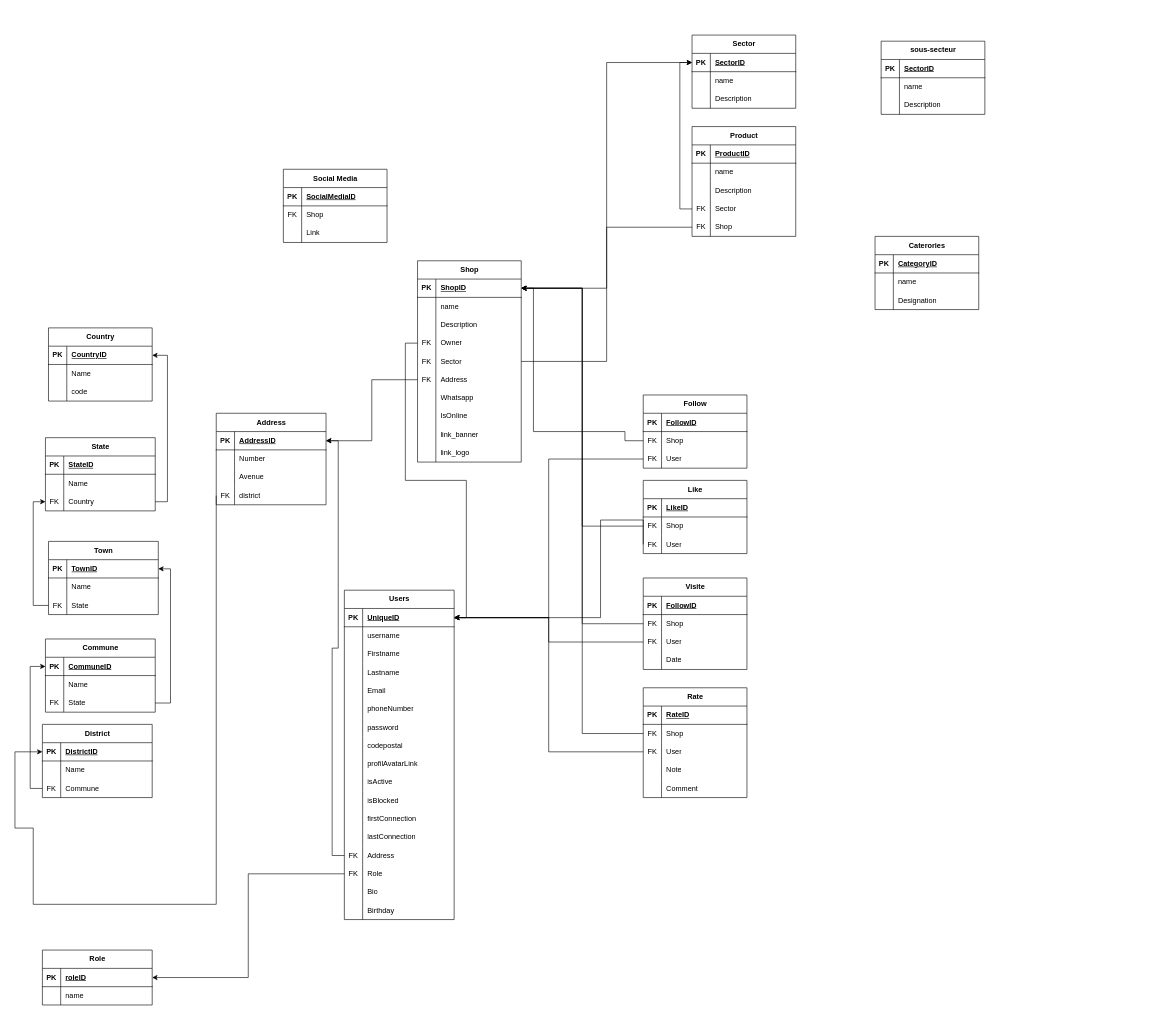
Before: Tekango.drawio in internalTekango/3.0.tekango.template, a draw.io diagram. Source tidied: cells renumbered, new cells numbered last; positions are measured from the earlier drawing's top-left corner, leaving out a move shared by most shapes. Both pictures are drawn from the tidied source at 61%, with x=0, y=0 at pixel (15, 35).
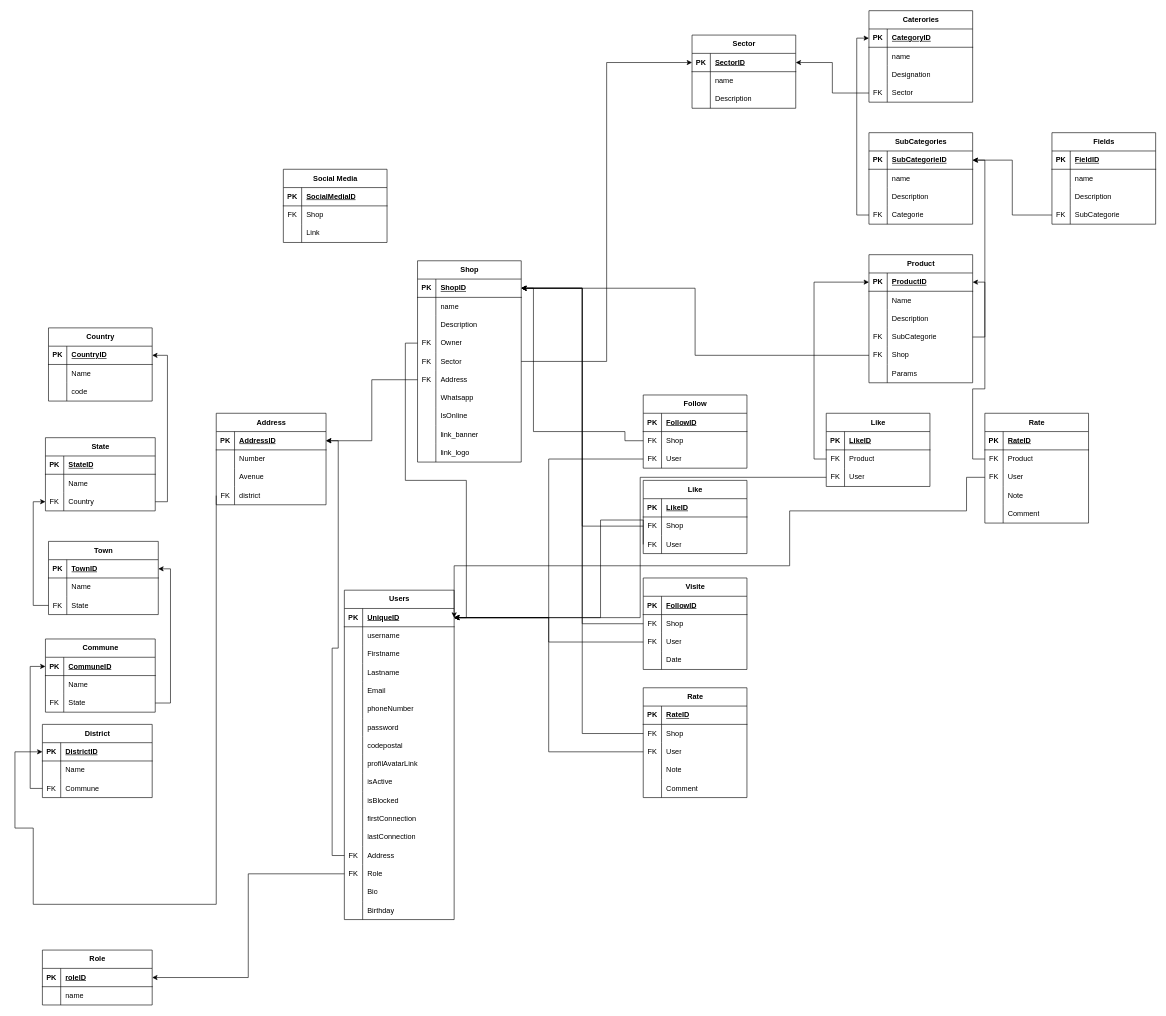
After the change.

Commit message:
Mettre à jour Tekango.drawio

The change refers to these unchanged cells:
```xml
<mxCell id="3" style="shape=tableRow;horizontal=0;startSize=0;swimlaneHead=0;swimlaneBody=0;fillColor=none;points=[[0,0.5],[1,0.5]];portConstraint=eastwest;top=0;left=0;right=0;bottom=1;" parent="2" vertex="1">
  <mxGeometry y="30" width="180" height="30" as="geometry" />
</mxCell>
<mxCell id="121" style="shape=tableRow;horizontal=0;startSize=0;swimlaneHead=0;swimlaneBody=0;fillColor=none;points=[[0,0.5],[1,0.5]];portConstraint=eastwest;top=0;left=0;right=0;bottom=1;" parent="120" vertex="1">
  <mxGeometry y="30" width="170" height="30" as="geometry" />
</mxCell>
<mxCell id="131" style="shape=tableRow;horizontal=0;startSize=0;swimlaneHead=0;swimlaneBody=0;fillColor=none;points=[[0,0.5],[1,0.5]];portConstraint=eastwest;top=0;left=0;right=0;bottom=1;" parent="130" vertex="1">
  <mxGeometry y="30" width="170" height="30" as="geometry" />
</mxCell>
<mxCell id="141" style="shape=tableRow;horizontal=0;startSize=0;swimlaneHead=0;swimlaneBody=0;fillColor=none;points=[[0,0.5],[1,0.5]];portConstraint=eastwest;top=0;left=0;right=0;bottom=1;" parent="140" vertex="1">
  <mxGeometry y="30" width="170" height="30" as="geometry" />
</mxCell>
<mxCell id="144" style="shape=tableRow;horizontal=0;startSize=0;swimlaneHead=0;swimlaneBody=0;fillColor=none;top=0;left=0;right=0;bottom=0;" parent="140" vertex="1">
  <mxGeometry y="60" width="170" height="30" as="geometry" />
</mxCell>
<mxCell id="150" style="shape=tableRow;horizontal=0;startSize=0;swimlaneHead=0;swimlaneBody=0;fillColor=none;points=[[0,0.5],[1,0.5]];portConstraint=eastwest;top=0;left=0;right=0;bottom=0;" parent="140" vertex="1">
  <mxGeometry y="120" width="170" height="30" as="geometry" />
</mxCell>
<mxCell id="271" style="shape=tableRow;horizontal=0;startSize=0;swimlaneHead=0;swimlaneBody=0;fillColor=none;points=[[0,0.5],[1,0.5]];portConstraint=eastwest;top=0;left=0;right=0;bottom=1;" parent="270" vertex="1">
  <mxGeometry y="30" width="170" height="30" as="geometry" />
</mxCell>
```

Diff of the diagram source:
```diff
@@
     <mxCell id="130" value="Caterories" style="shape=table;startSize=30;childLayout=tableLayout;rowLines=0;fontStyle=1;align=center;html=1;" parent="1" vertex="1">
-      <mxGeometry x="1410" y="330" width="170" height="120" as="geometry" />
+      <mxGeometry x="1400" y="-40" width="170" height="150" as="geometry" />
     </mxCell>
@@
+    <mxCell id="280" style="shape=tableRow;horizontal=0;startSize=0;swimlaneHead=0;swimlaneBody=0;fillColor=none;points=[[0,0.5],[1,0.5]];portConstraint=eastwest;top=0;left=0;right=0;bottom=0;" parent="130" vertex="1">
+      <mxGeometry y="120" width="170" height="30" as="geometry" />
+    </mxCell>
+    <mxCell id="281" value="FK" style="shape=partialRectangle;fillColor=none;top=0;left=0;bottom=0;right=0;overflow=hidden;whiteSpace=wrap;html=1;" parent="280" vertex="1">
+      <mxGeometry width="30" height="30" as="geometry" />
+    </mxCell>
+    <mxCell id="282" value="Sector" style="shape=partialRectangle;fillColor=none;top=0;left=0;bottom=0;right=0;align=left;spacingLeft=6;overflow=hidden;whiteSpace=wrap;html=1;" parent="280" vertex="1">
+      <mxGeometry x="30" width="140" height="30" as="geometry" />
+    </mxCell>
     <mxCell id="140" value="Product" style="shape=table;startSize=30;childLayout=tableLayout;rowLines=0;fontStyle=1;align=center;html=1;" parent="1" vertex="1">
-      <mxGeometry x="1110" y="150" width="170" height="180" as="geometry" />
+      <mxGeometry x="1400" y="360" width="170" height="210" as="geometry" />
     </mxCell>
@@
-    <mxCell id="146" value="name" style="shape=partialRectangle;fillColor=none;top=0;left=0;bottom=0;right=0;align=left;spacingLeft=6;overflow=hidden;whiteSpace=wrap;html=1;" parent="144" vertex="1">
+    <mxCell id="146" value="Name" style="shape=partialRectangle;fillColor=none;top=0;left=0;bottom=0;right=0;align=left;spacingLeft=6;overflow=hidden;whiteSpace=wrap;html=1;" parent="144" vertex="1">
       <mxGeometry x="30" width="140" height="30" as="geometry" />
     </mxCell>
@@
-    <mxCell id="152" value="Sector" style="shape=partialRectangle;fillColor=none;top=0;left=0;bottom=0;right=0;align=left;spacingLeft=6;overflow=hidden;whiteSpace=wrap;html=1;" parent="150" vertex="1">
+    <mxCell id="152" value="SubCategorie" style="shape=partialRectangle;fillColor=none;top=0;left=0;bottom=0;right=0;align=left;spacingLeft=6;overflow=hidden;whiteSpace=wrap;html=1;" parent="150" vertex="1">
       <mxGeometry x="30" width="140" height="30" as="geometry" />
     </mxCell>
@@
+    <mxCell id="283" style="shape=tableRow;horizontal=0;startSize=0;swimlaneHead=0;swimlaneBody=0;fillColor=none;top=0;left=0;right=0;bottom=0;" parent="140" vertex="1">
+      <mxGeometry y="180" width="170" height="30" as="geometry" />
+    </mxCell>
+    <mxCell id="284" style="shape=partialRectangle;fillColor=none;top=0;left=0;bottom=0;right=0;overflow=hidden;whiteSpace=wrap;html=1;" parent="283" vertex="1">
+      <mxGeometry width="30" height="30" as="geometry" />
+    </mxCell>
+    <mxCell id="285" value="Params" style="shape=partialRectangle;fillColor=none;top=0;left=0;bottom=0;right=0;align=left;spacingLeft=6;overflow=hidden;whiteSpace=wrap;html=1;" parent="283" vertex="1">
+      <mxGeometry x="30" width="140" height="30" as="geometry" />
+    </mxCell>
@@
-    <mxCell id="167" style="edgeStyle=orthogonalEdgeStyle;rounded=0;jettySize=auto;html=1;exitX=0;exitY=0.5;exitDx=0;exitDy=0;entryX=0;entryY=0.5;entryDx=0;entryDy=0;" parent="1" edge="1" source="150" target="121">
-      <mxGeometry relative="1" as="geometry" />
-    </mxCell>
@@
-    <mxCell id="270" value="sous-secteur" style="shape=table;startSize=30;childLayout=tableLayout;rowLines=0;fontStyle=1;align=center;html=1;" parent="1" vertex="1">
-      <mxGeometry x="1420" y="10" width="170" height="120" as="geometry" />
+    <mxCell id="270" value="SubCategories" style="shape=table;startSize=30;childLayout=tableLayout;rowLines=0;fontStyle=1;align=center;html=1;" parent="1" vertex="1">
+      <mxGeometry x="1400" y="160" width="170" height="150" as="geometry" />
     </mxCell>
@@
-    <mxCell id="273" value="SectorID" style="shape=partialRectangle;fillColor=none;top=0;left=0;bottom=0;right=0;align=left;spacingLeft=6;fontStyle=5;overflow=hidden;whiteSpace=wrap;html=1;" parent="271" vertex="1">
+    <mxCell id="273" value="SubCategorieID" style="shape=partialRectangle;fillColor=none;top=0;left=0;bottom=0;right=0;align=left;spacingLeft=6;fontStyle=5;overflow=hidden;whiteSpace=wrap;html=1;" parent="271" vertex="1">
       <mxGeometry x="30" width="140" height="30" as="geometry" />
     </mxCell>
@@
+    <mxCell id="286" style="shape=tableRow;horizontal=0;startSize=0;swimlaneHead=0;swimlaneBody=0;fillColor=none;points=[[0,0.5],[1,0.5]];portConstraint=eastwest;top=0;left=0;right=0;bottom=0;" parent="270" vertex="1">
+      <mxGeometry y="120" width="170" height="30" as="geometry" />
+    </mxCell>
+    <mxCell id="287" value="FK" style="shape=partialRectangle;fillColor=none;top=0;left=0;bottom=0;right=0;overflow=hidden;whiteSpace=wrap;html=1;" parent="286" vertex="1">
+      <mxGeometry width="30" height="30" as="geometry" />
+    </mxCell>
+    <mxCell id="288" value="Categorie" style="shape=partialRectangle;fillColor=none;top=0;left=0;bottom=0;right=0;align=left;spacingLeft=6;overflow=hidden;whiteSpace=wrap;html=1;" parent="286" vertex="1">
+      <mxGeometry x="30" width="140" height="30" as="geometry" />
+    </mxCell>
+    <mxCell id="289" style="edgeStyle=orthogonalEdgeStyle;rounded=0;jettySize=auto;html=1;exitX=0;exitY=0.5;exitDx=0;exitDy=0;entryX=1;entryY=0.5;entryDx=0;entryDy=0;" parent="1" edge="1" source="280" target="121">
+      <mxGeometry relative="1" as="geometry" />
+    </mxCell>
+    <mxCell id="290" style="edgeStyle=orthogonalEdgeStyle;rounded=0;jettySize=auto;html=1;exitX=1;exitY=0.5;exitDx=0;exitDy=0;" parent="1" edge="1" source="150" target="271">
+      <mxGeometry relative="1" as="geometry" />
+    </mxCell>
+    <mxCell id="291" style="edgeStyle=orthogonalEdgeStyle;rounded=0;jettySize=auto;html=1;exitX=0;exitY=0.5;exitDx=0;exitDy=0;entryX=0;entryY=0.5;entryDx=0;entryDy=0;" parent="1" edge="1" source="286" target="131">
+      <mxGeometry relative="1" as="geometry" />
+    </mxCell>
+    <mxCell id="292" value="Like" style="shape=table;startSize=30;childLayout=tableLayout;rowLines=0;fontStyle=1;align=center;html=1;" parent="1" vertex="1">
+      <mxGeometry x="1330" y="620" width="170" height="120" as="geometry" />
+    </mxCell>
+    <mxCell id="293" style="shape=tableRow;horizontal=0;startSize=0;swimlaneHead=0;swimlaneBody=0;fillColor=none;top=0;left=0;right=0;bottom=1;" parent="292" vertex="1">
+      <mxGeometry y="30" width="170" height="30" as="geometry" />
+    </mxCell>
+    <mxCell id="294" value="PK" style="shape=partialRectangle;fillColor=none;top=0;left=0;bottom=0;right=0;fontStyle=1;overflow=hidden;whiteSpace=wrap;html=1;" parent="293" vertex="1">
+      <mxGeometry width="30" height="30" as="geometry" />
+    </mxCell>
+    <mxCell id="295" value="LikeID" style="shape=partialRectangle;fillColor=none;top=0;left=0;bottom=0;right=0;align=left;spacingLeft=6;fontStyle=5;overflow=hidden;whiteSpace=wrap;html=1;" parent="293" vertex="1">
+      <mxGeometry x="30" width="140" height="30" as="geometry" />
+    </mxCell>
+    <mxCell id="296" style="shape=tableRow;horizontal=0;startSize=0;swimlaneHead=0;swimlaneBody=0;fillColor=none;points=[[0,0.5],[1,0.5]];portConstraint=eastwest;top=0;left=0;right=0;bottom=0;" parent="292" vertex="1">
+      <mxGeometry y="60" width="170" height="30" as="geometry" />
+    </mxCell>
+    <mxCell id="297" value="FK" style="shape=partialRectangle;fillColor=none;top=0;left=0;bottom=0;right=0;overflow=hidden;whiteSpace=wrap;html=1;" parent="296" vertex="1">
+      <mxGeometry width="30" height="30" as="geometry" />
+    </mxCell>
+    <mxCell id="298" value="Product" style="shape=partialRectangle;fillColor=none;top=0;left=0;bottom=0;right=0;align=left;spacingLeft=6;overflow=hidden;whiteSpace=wrap;html=1;" parent="296" vertex="1">
+      <mxGeometry x="30" width="140" height="30" as="geometry" />
+    </mxCell>
+    <mxCell id="299" style="shape=tableRow;horizontal=0;startSize=0;swimlaneHead=0;swimlaneBody=0;fillColor=none;points=[[0,0.5],[1,0.5]];portConstraint=eastwest;top=0;left=0;right=0;bottom=0;" parent="292" vertex="1">
+      <mxGeometry y="90" width="170" height="30" as="geometry" />
+    </mxCell>
+    <mxCell id="300" value="FK" style="shape=partialRectangle;fillColor=none;top=0;left=0;bottom=0;right=0;overflow=hidden;whiteSpace=wrap;html=1;" parent="299" vertex="1">
+      <mxGeometry width="30" height="30" as="geometry" />
+    </mxCell>
+    <mxCell id="301" value="User" style="shape=partialRectangle;fillColor=none;top=0;left=0;bottom=0;right=0;align=left;spacingLeft=6;overflow=hidden;whiteSpace=wrap;html=1;" parent="299" vertex="1">
+      <mxGeometry x="30" width="140" height="30" as="geometry" />
+    </mxCell>
+    <mxCell id="302" value="Rate" style="shape=table;startSize=30;childLayout=tableLayout;rowLines=0;fontStyle=1;align=center;html=1;" parent="1" vertex="1">
+      <mxGeometry x="1590" y="620" width="170" height="180" as="geometry" />
+    </mxCell>
+    <mxCell id="303" style="shape=tableRow;horizontal=0;startSize=0;swimlaneHead=0;swimlaneBody=0;fillColor=none;top=0;left=0;right=0;bottom=1;" parent="302" vertex="1">
+      <mxGeometry y="30" width="170" height="30" as="geometry" />
+    </mxCell>
+    <mxCell id="304" value="PK" style="shape=partialRectangle;fillColor=none;top=0;left=0;bottom=0;right=0;fontStyle=1;overflow=hidden;whiteSpace=wrap;html=1;" parent="303" vertex="1">
+      <mxGeometry width="30" height="30" as="geometry" />
+    </mxCell>
+    <mxCell id="305" value="RateID" style="shape=partialRectangle;fillColor=none;top=0;left=0;bottom=0;right=0;align=left;spacingLeft=6;fontStyle=5;overflow=hidden;whiteSpace=wrap;html=1;" parent="303" vertex="1">
+      <mxGeometry x="30" width="140" height="30" as="geometry" />
+    </mxCell>
+    <mxCell id="306" style="shape=tableRow;horizontal=0;startSize=0;swimlaneHead=0;swimlaneBody=0;fillColor=none;points=[[0,0.5],[1,0.5]];portConstraint=eastwest;top=0;left=0;right=0;bottom=0;" parent="302" vertex="1">
+      <mxGeometry y="60" width="170" height="30" as="geometry" />
+    </mxCell>
+    <mxCell id="307" value="FK" style="shape=partialRectangle;fillColor=none;top=0;left=0;bottom=0;right=0;overflow=hidden;whiteSpace=wrap;html=1;" parent="306" vertex="1">
+      <mxGeometry width="30" height="30" as="geometry" />
+    </mxCell>
+    <mxCell id="308" value="Product" style="shape=partialRectangle;fillColor=none;top=0;left=0;bottom=0;right=0;align=left;spacingLeft=6;overflow=hidden;whiteSpace=wrap;html=1;" parent="306" vertex="1">
+      <mxGeometry x="30" width="140" height="30" as="geometry" />
+    </mxCell>
+    <mxCell id="309" style="shape=tableRow;horizontal=0;startSize=0;swimlaneHead=0;swimlaneBody=0;fillColor=none;points=[[0,0.5],[1,0.5]];portConstraint=eastwest;top=0;left=0;right=0;bottom=0;" parent="302" vertex="1">
+      <mxGeometry y="90" width="170" height="30" as="geometry" />
+    </mxCell>
+    <mxCell id="310" value="FK" style="shape=partialRectangle;fillColor=none;top=0;left=0;bottom=0;right=0;overflow=hidden;whiteSpace=wrap;html=1;" parent="309" vertex="1">
+      <mxGeometry width="30" height="30" as="geometry" />
+    </mxCell>
+    <mxCell id="311" value="User" style="shape=partialRectangle;fillColor=none;top=0;left=0;bottom=0;right=0;align=left;spacingLeft=6;overflow=hidden;whiteSpace=wrap;html=1;" parent="309" vertex="1">
+      <mxGeometry x="30" width="140" height="30" as="geometry" />
+    </mxCell>
+    <mxCell id="312" style="shape=tableRow;horizontal=0;startSize=0;swimlaneHead=0;swimlaneBody=0;fillColor=none;top=0;left=0;right=0;bottom=0;" parent="302" vertex="1">
+      <mxGeometry y="120" width="170" height="30" as="geometry" />
+    </mxCell>
+    <mxCell id="313" style="shape=partialRectangle;fillColor=none;top=0;left=0;bottom=0;right=0;overflow=hidden;whiteSpace=wrap;html=1;" parent="312" vertex="1">
+      <mxGeometry width="30" height="30" as="geometry" />
+    </mxCell>
+    <mxCell id="314" value="Note" style="shape=partialRectangle;fillColor=none;top=0;left=0;bottom=0;right=0;align=left;spacingLeft=6;overflow=hidden;whiteSpace=wrap;html=1;" parent="312" vertex="1">
+      <mxGeometry x="30" width="140" height="30" as="geometry" />
+    </mxCell>
+    <mxCell id="315" style="shape=tableRow;horizontal=0;startSize=0;swimlaneHead=0;swimlaneBody=0;fillColor=none;top=0;left=0;right=0;bottom=0;" parent="302" vertex="1">
+      <mxGeometry y="150" width="170" height="30" as="geometry" />
+    </mxCell>
+    <mxCell id="316" style="shape=partialRectangle;fillColor=none;top=0;left=0;bottom=0;right=0;overflow=hidden;whiteSpace=wrap;html=1;" parent="315" vertex="1">
+      <mxGeometry width="30" height="30" as="geometry" />
+    </mxCell>
+    <mxCell id="317" value="Comment" style="shape=partialRectangle;fillColor=none;top=0;left=0;bottom=0;right=0;align=left;spacingLeft=6;overflow=hidden;whiteSpace=wrap;html=1;" parent="315" vertex="1">
+      <mxGeometry x="30" width="140" height="30" as="geometry" />
+    </mxCell>
+    <mxCell id="318" style="edgeStyle=orthogonalEdgeStyle;rounded=0;jettySize=auto;html=1;exitX=0;exitY=0.5;exitDx=0;exitDy=0;entryX=1;entryY=0.5;entryDx=0;entryDy=0;" parent="1" edge="1" source="299" target="3">
+      <mxGeometry relative="1" as="geometry" />
+    </mxCell>
+    <mxCell id="319" style="edgeStyle=orthogonalEdgeStyle;rounded=0;jettySize=auto;html=1;exitX=0;exitY=0.5;exitDx=0;exitDy=0;entryX=0;entryY=0.5;entryDx=0;entryDy=0;" parent="1" edge="1" source="296" target="141">
+      <mxGeometry relative="1" as="geometry" />
+    </mxCell>
+    <mxCell id="320" style="edgeStyle=orthogonalEdgeStyle;rounded=0;jettySize=auto;html=1;exitX=0;exitY=0.5;exitDx=0;exitDy=0;entryX=1;entryY=0.5;entryDx=0;entryDy=0;" parent="1" edge="1" source="309" target="3">
+      <mxGeometry relative="1" as="geometry">
+        <Array as="points">
+          <mxPoint x="1560" y="725" />
+          <mxPoint x="1560" y="780" />
+          <mxPoint x="1270" y="780" />
+          <mxPoint x="1270" y="870" />
+          <mxPoint x="720" y="870" />
+        </Array>
+      </mxGeometry>
+    </mxCell>
+    <mxCell id="321" style="edgeStyle=orthogonalEdgeStyle;rounded=0;jettySize=auto;html=1;exitX=0;exitY=0.5;exitDx=0;exitDy=0;entryX=1;entryY=0.5;entryDx=0;entryDy=0;" parent="1" edge="1" source="306" target="141">
+      <mxGeometry relative="1" as="geometry">
+        <Array as="points">
+          <mxPoint x="1570" y="695" />
+          <mxPoint x="1570" y="580" />
+          <mxPoint x="1590" y="580" />
+          <mxPoint x="1590" y="405" />
+        </Array>
+      </mxGeometry>
+    </mxCell>
+    <mxCell id="322" value="Fields" style="shape=table;startSize=30;childLayout=tableLayout;rowLines=0;fontStyle=1;align=center;html=1;" parent="1" vertex="1">
+      <mxGeometry x="1700" y="160" width="170" height="150" as="geometry" />
+    </mxCell>
+    <mxCell id="323" style="shape=tableRow;horizontal=0;startSize=0;swimlaneHead=0;swimlaneBody=0;fillColor=none;top=0;left=0;right=0;bottom=1;" parent="322" vertex="1">
+      <mxGeometry y="30" width="170" height="30" as="geometry" />
+    </mxCell>
+    <mxCell id="324" value="PK" style="shape=partialRectangle;fillColor=none;top=0;left=0;bottom=0;right=0;fontStyle=1;overflow=hidden;whiteSpace=wrap;html=1;" parent="323" vertex="1">
+      <mxGeometry width="30" height="30" as="geometry" />
+    </mxCell>
+    <mxCell id="325" value="FieldID" style="shape=partialRectangle;fillColor=none;top=0;left=0;bottom=0;right=0;align=left;spacingLeft=6;fontStyle=5;overflow=hidden;whiteSpace=wrap;html=1;" parent="323" vertex="1">
+      <mxGeometry x="30" width="140" height="30" as="geometry" />
+    </mxCell>
+    <mxCell id="326" style="shape=tableRow;horizontal=0;startSize=0;swimlaneHead=0;swimlaneBody=0;fillColor=none;top=0;left=0;right=0;bottom=0;" parent="322" vertex="1">
+      <mxGeometry y="60" width="170" height="30" as="geometry" />
+    </mxCell>
+    <mxCell id="327" style="shape=partialRectangle;fillColor=none;top=0;left=0;bottom=0;right=0;overflow=hidden;whiteSpace=wrap;html=1;" parent="326" vertex="1">
+      <mxGeometry width="30" height="30" as="geometry" />
+    </mxCell>
+    <mxCell id="328" value="name" style="shape=partialRectangle;fillColor=none;top=0;left=0;bottom=0;right=0;align=left;spacingLeft=6;overflow=hidden;whiteSpace=wrap;html=1;" parent="326" vertex="1">
+      <mxGeometry x="30" width="140" height="30" as="geometry" />
+    </mxCell>
+    <mxCell id="329" style="shape=tableRow;horizontal=0;startSize=0;swimlaneHead=0;swimlaneBody=0;fillColor=none;top=0;left=0;right=0;bottom=0;" parent="322" vertex="1">
+      <mxGeometry y="90" width="170" height="30" as="geometry" />
+    </mxCell>
+    <mxCell id="330" style="shape=partialRectangle;fillColor=none;top=0;left=0;bottom=0;right=0;overflow=hidden;whiteSpace=wrap;html=1;" parent="329" vertex="1">
+      <mxGeometry width="30" height="30" as="geometry" />
+    </mxCell>
+    <mxCell id="331" value="Description" style="shape=partialRectangle;fillColor=none;top=0;left=0;bottom=0;right=0;align=left;spacingLeft=6;overflow=hidden;whiteSpace=wrap;html=1;" parent="329" vertex="1">
+      <mxGeometry x="30" width="140" height="30" as="geometry" />
+    </mxCell>
+    <mxCell id="332" style="shape=tableRow;horizontal=0;startSize=0;swimlaneHead=0;swimlaneBody=0;fillColor=none;points=[[0,0.5],[1,0.5]];portConstraint=eastwest;top=0;left=0;right=0;bottom=0;" parent="322" vertex="1">
+      <mxGeometry y="120" width="170" height="30" as="geometry" />
+    </mxCell>
+    <mxCell id="333" value="FK" style="shape=partialRectangle;fillColor=none;top=0;left=0;bottom=0;right=0;overflow=hidden;whiteSpace=wrap;html=1;" parent="332" vertex="1">
+      <mxGeometry width="30" height="30" as="geometry" />
+    </mxCell>
+    <mxCell id="334" value="SubCategorie" style="shape=partialRectangle;fillColor=none;top=0;left=0;bottom=0;right=0;align=left;spacingLeft=6;overflow=hidden;whiteSpace=wrap;html=1;" parent="332" vertex="1">
+      <mxGeometry x="30" width="140" height="30" as="geometry" />
+    </mxCell>
+    <mxCell id="335" style="edgeStyle=orthogonalEdgeStyle;rounded=0;jettySize=auto;html=1;exitX=0;exitY=0.5;exitDx=0;exitDy=0;entryX=1;entryY=0.5;entryDx=0;entryDy=0;" parent="1" edge="1" source="332" target="271">
+      <mxGeometry relative="1" as="geometry" />
+    </mxCell>
```
